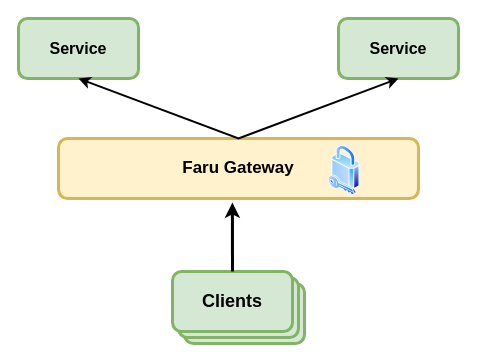
Earlier version of the draw.io diagram faru-high-level.drawio (MbalamulaS/tech-diagrams). Source tidied: cells renumbered, new cells numbered last; positions are measured from the earlier drawing's top-left corner, leaving out a move shared by most shapes. Both pictures are drawn from the tidied source at 100%, with x=0, y=0 at pixel (18, 18).
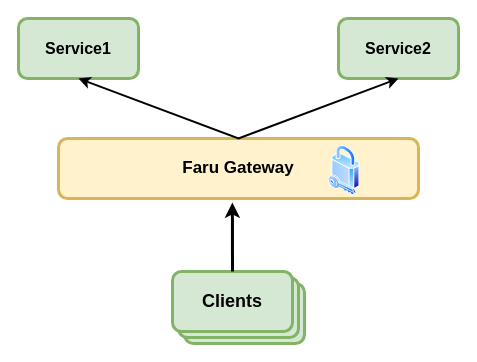
Above is the later version.

Commit message:
service names updated

What changed in the source:
```diff
@@
 <mxGraphModel>
   <root>
     <mxCell id="0" />
     <mxCell id="1" parent="0" />
-    <mxCell id="2" value="&lt;font style=&quot;font-size: 16px;&quot;&gt;&lt;b&gt;Service&lt;/b&gt;&lt;/font&gt;" style="rounded=1;whiteSpace=wrap;html=1;strokeWidth=3;fillColor=#d5e8d4;strokeColor=#82b366;" parent="1" vertex="1">
+    <mxCell id="2" value="&lt;font style=&quot;font-size: 16px;&quot;&gt;&lt;b&gt;Service1&lt;/b&gt;&lt;/font&gt;" style="rounded=1;whiteSpace=wrap;html=1;strokeWidth=3;fillColor=#d5e8d4;strokeColor=#82b366;" parent="1" vertex="1">
       <mxGeometry width="120" height="60" as="geometry" />
     </mxCell>
     <mxCell id="3" value="&lt;font size=&quot;1&quot;&gt;&lt;b style=&quot;font-size: 17px;&quot;&gt;Faru Gateway&lt;/b&gt;&lt;/font&gt;" style="rounded=1;whiteSpace=wrap;html=1;strokeWidth=3;fillColor=#fff2cc;strokeColor=#d6b656;" parent="1" vertex="1">
       <mxGeometry x="40" y="120" width="360" height="60" as="geometry" />
     </mxCell>
-    <mxCell id="4" value="&lt;b&gt;&lt;font style=&quot;font-size: 16px;&quot;&gt;Service&lt;/font&gt;&lt;/b&gt;" style="rounded=1;whiteSpace=wrap;html=1;strokeWidth=3;fillColor=#d5e8d4;strokeColor=#82b366;" parent="1" vertex="1">
+    <mxCell id="4" value="&lt;b&gt;&lt;font style=&quot;font-size: 16px;&quot;&gt;Service2&lt;/font&gt;&lt;/b&gt;" style="rounded=1;whiteSpace=wrap;html=1;strokeWidth=3;fillColor=#d5e8d4;strokeColor=#82b366;" parent="1" vertex="1">
       <mxGeometry x="320" width="120" height="60" as="geometry" />
     </mxCell>
     <mxCell id="5" style="rounded=1;whiteSpace=wrap;html=1;strokeWidth=3;fillColor=#d5e8d4;strokeColor=#82b366;" parent="1" vertex="1">
       <mxGeometry x="166" y="265" width="120" height="60" as="geometry" />
     </mxCell>
     <mxCell id="6" style="rounded=1;whiteSpace=wrap;html=1;strokeWidth=3;fillColor=#d5e8d4;strokeColor=#82b366;" parent="1" vertex="1">
       <mxGeometry x="160" y="259" width="120" height="60" as="geometry" />
     </mxCell>
     <mxCell id="7" style="rounded=1;whiteSpace=wrap;html=1;strokeWidth=3;fillColor=#d5e8d4;strokeColor=#82b366;" parent="1" vertex="1">
       <mxGeometry x="154" y="253" width="120" height="60" as="geometry" />
     </mxCell>
     <mxCell id="8" value="&lt;b&gt;&lt;font style=&quot;font-size: 18px;&quot;&gt;Clients&lt;/font&gt;&lt;/b&gt;" style="text;html=1;align=center;verticalAlign=middle;whiteSpace=wrap;rounded=0;" parent="1" vertex="1">
       <mxGeometry x="184" y="268" width="60" height="30" as="geometry" />
     </mxCell>
     <mxCell id="9" style="endArrow=classic;startArrow=classic;html=1;rounded=0;entryX=0.5;entryY=1;entryDx=0;entryDy=0;exitX=0.5;exitY=1;exitDx=0;exitDy=0;strokeWidth=2;" parent="1" edge="1" source="2" target="4">
       <mxGeometry relative="1" as="geometry">
         <Array as="points">
           <mxPoint x="220" y="120" />
         </Array>
       </mxGeometry>
     </mxCell>
     <mxCell id="10" style="endArrow=classic;html=1;rounded=0;entryX=0.483;entryY=1.067;entryDx=0;entryDy=0;entryPerimeter=0;exitX=0.5;exitY=0;exitDx=0;exitDy=0;strokeWidth=3;" parent="1" edge="1" source="7" target="3">
       <mxGeometry relative="1" as="geometry" />
     </mxCell>
     <mxCell id="11" style="image;perimeter=ellipsePerimeter;html=1;align=center;shadow=0;dashed=0;spacingTop=3;image=img/lib/active_directory/security.svg;fillColor=#FF8CCD;" parent="1" vertex="1">
       <mxGeometry x="310" y="127" width="31.5" height="50" as="geometry" />
     </mxCell>
   </root>
 </mxGraphModel>
```
